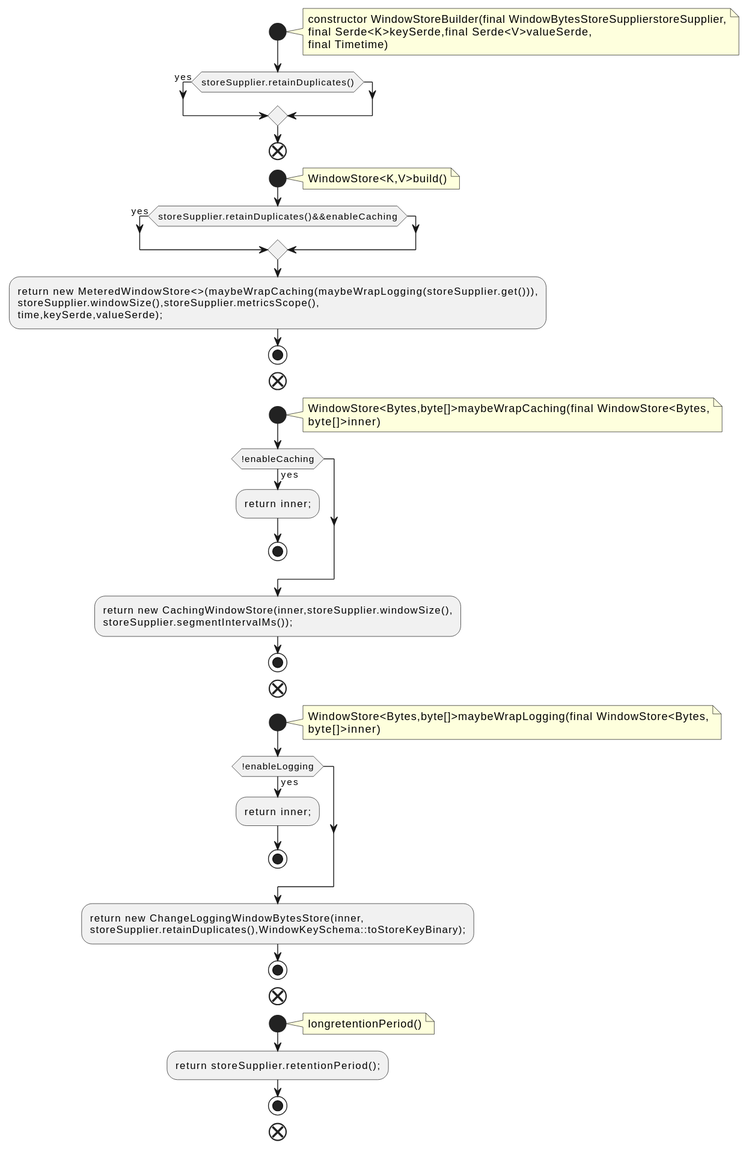
Above: docs/qc/streams/src/main/java/org/apache/kafka/streams/state/internals/WindowStoreBuilder.java.fct.svg in qualitesys/kafka (PlantUML), before the change.
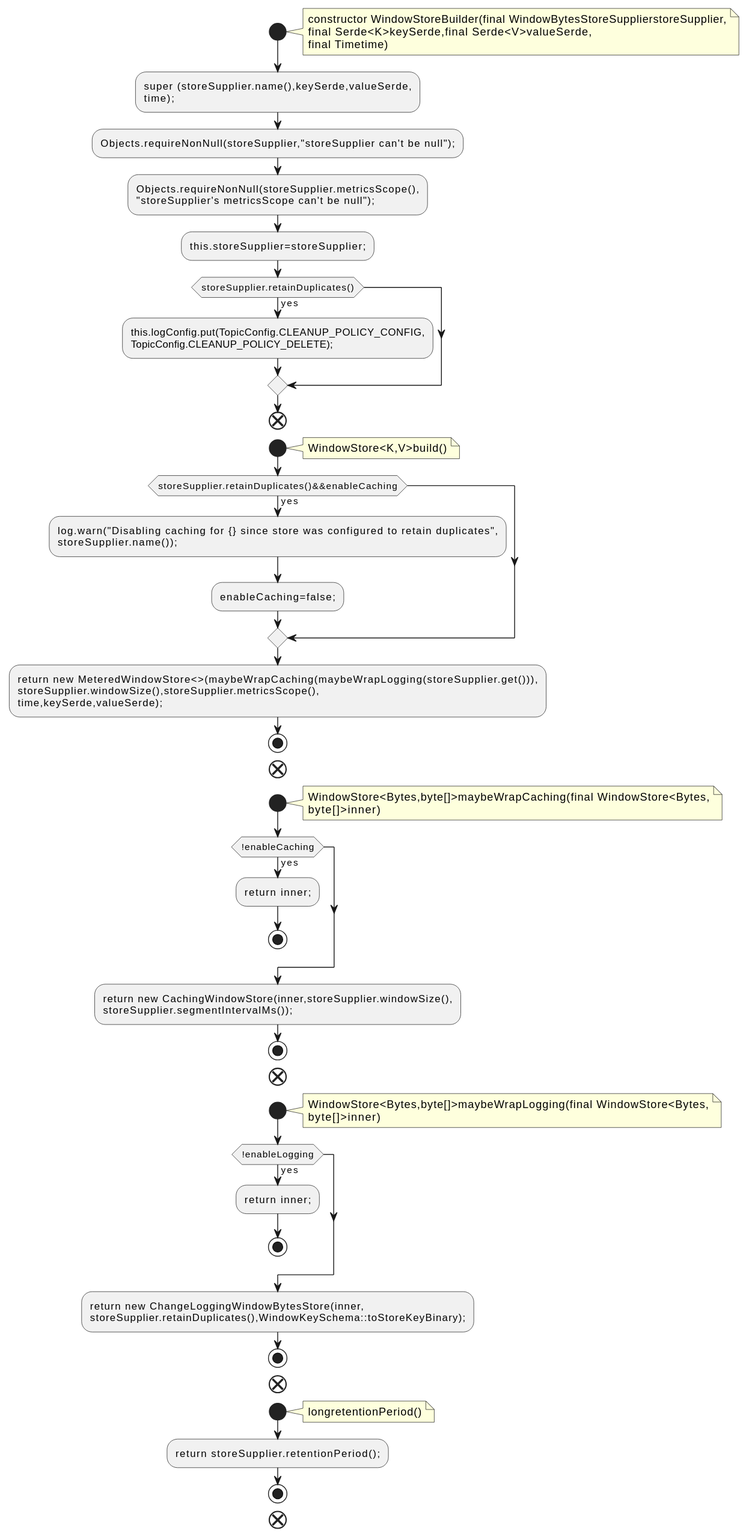
The same file after the commit.

Change to the diagram source:
```diff
@@ -6,7 +6,15 @@
 final Serde<K>keySerde,final Serde<V>valueSerde,
 final Timetime)
 end note
+:super (storeSupplier.name(),keySerde,valueSerde,
+time);;
+:Objects.requireNonNull(storeSupplier,"storeSupplier can't be null");;
+:Objects.requireNonNull(storeSupplier.metricsScope(),
+"storeSupplier's metricsScope can't be null");;
+:this.storeSupplier=storeSupplier;;
 if (storeSupplier.retainDuplicates()) then (yes)
+:this.logConfig.put(TopicConfig.CLEANUP_POLICY_CONFIG,
+TopicConfig.CLEANUP_POLICY_DELETE);;
 endif
 end
 start
@@ -14,6 +22,9 @@
 WindowStore<K,V>build()
 end note
 if (storeSupplier.retainDuplicates()&&enableCaching) then (yes)
+:log.warn("Disabling caching for {} since store was configured to retain duplicates",
+storeSupplier.name());;
+:enableCaching=false;;
 endif
 :return new MeteredWindowStore<>(maybeWrapCaching(maybeWrapLogging(storeSupplier.get())),
 storeSupplier.windowSize(),storeSupplier.metricsScope(),
```
